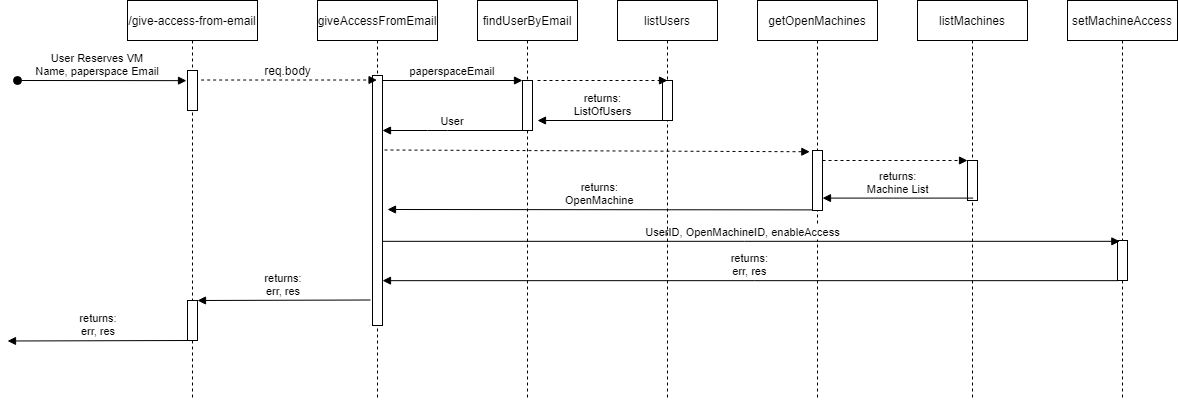
jayjayb772/IRL-Paperspace-automation keeps this draw.io diagram as Back-end/designDocs/GiveAccessFlow.png. Above is the earlier version. Source tidied: cells renumbered, new cells last; positions are measured from the earlier drawing's top-left corner, leaving out a move shared by most shapes.
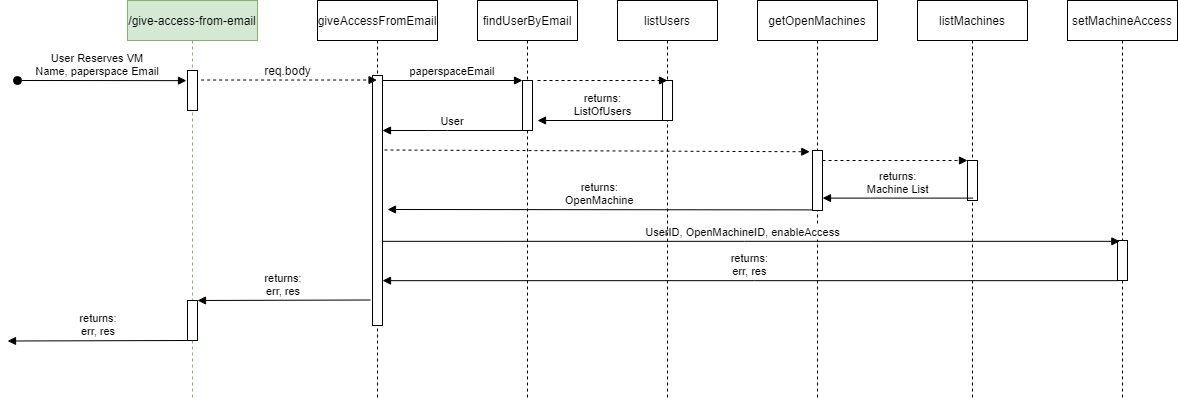
Later version of the same file.

What changed in the source:
```diff
@@ -2,7 +2,7 @@
   <root>
     <mxCell id="0" />
     <mxCell id="1" parent="0" />
-    <mxCell id="2" value="/give-access-from-email" style="shape=umlLifeline;perimeter=lifelinePerimeter;rounded=0;shadow=0;strokeWidth=1;" parent="1" vertex="1">
+    <mxCell id="2" value="/give-access-from-email" style="shape=umlLifeline;perimeter=lifelinePerimeter;rounded=0;shadow=0;strokeWidth=1;fillColor=#d5e8d4;strokeColor=#82b366;" parent="1" vertex="1">
       <mxGeometry x="120" width="130" height="400" as="geometry" />
     </mxCell>
     <mxCell id="3" value="User Reserves VM&#10;Name, paperspace Email" style="verticalAlign=bottom;startArrow=oval;endArrow=block;startSize=8;shadow=0;strokeWidth=1;entryX=-0.1;entryY=0.254;entryDx=0;entryDy=0;entryPerimeter=0;" parent="2" edge="1" target="4">
```
